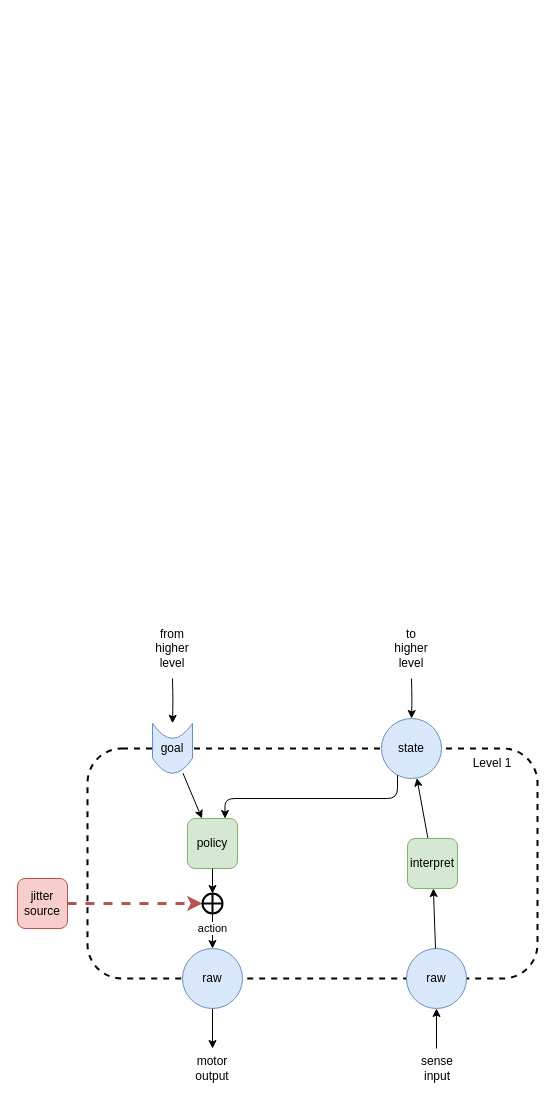
The draw.io diagram page "low-level-jitter" (2 of 5) of files/An-agi-architecture-v1.drawio in malcolmlett/malcolmlett.github.io, before the edit. Source tidied: cells renumbered, new cells numbered last; positions are measured from the earlier drawing's top-left corner, leaving out a move shared by most shapes. Both pictures are drawn from the tidied source at 100%, with x=0, y=0 at pixel (17, 638).
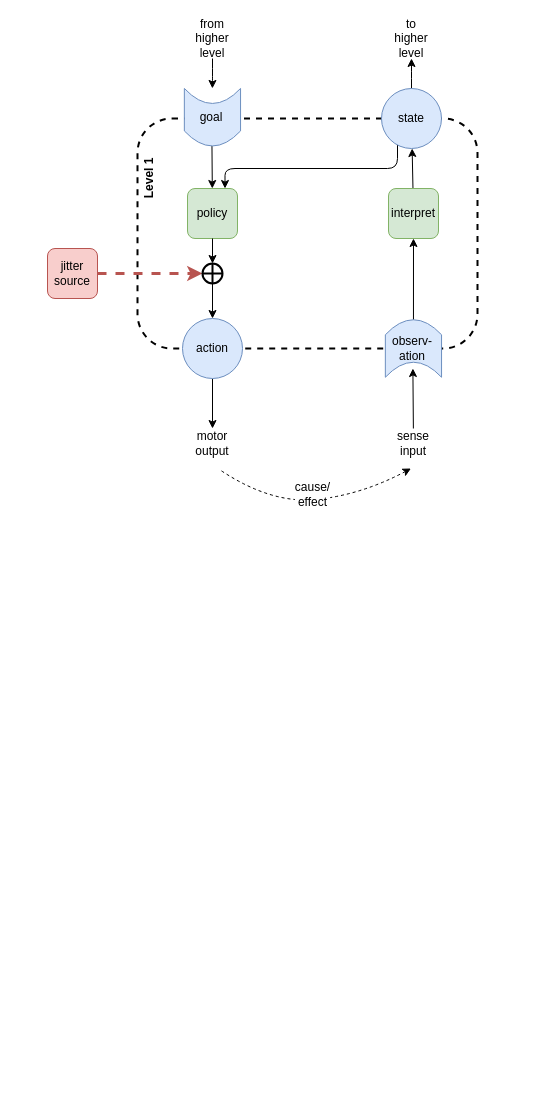
Above is the later version.

Commit message (it also covers changes not shown here):
Refinement of low-level AGI layer

The edit, as a diff of the source:
```diff
@@
     <mxCell id="2" style="rounded=1;whiteSpace=wrap;html=1;fillColor=none;dashed=1;strokeWidth=2;" parent="1" vertex="1">
-      <mxGeometry x="70" y="110" width="450" height="230" as="geometry" />
+      <mxGeometry x="120" y="-520" width="340" height="230" as="geometry" />
     </mxCell>
-    <mxCell id="3" style="edgeStyle=none;rounded=0;jettySize=auto;html=1;" parent="1" edge="1" source="4">
-      <mxGeometry relative="1" as="geometry">
-        <mxPoint x="195" y="410" as="targetPoint" />
-      </mxGeometry>
+    <mxCell id="3" style="edgeStyle=none;rounded=0;jettySize=auto;html=1;" parent="1" edge="1" source="4" target="22">
+      <mxGeometry relative="1" as="geometry" />
     </mxCell>
-    <mxCell id="4" value="raw" style="ellipse;whiteSpace=wrap;html=1;rounded=1;strokeWidth=1;fillColor=#dae8fc;strokeColor=#6c8ebf;" parent="1" vertex="1">
-      <mxGeometry x="165" y="310" width="60" height="60" as="geometry" />
+    <mxCell id="4" value="action" style="ellipse;whiteSpace=wrap;html=1;rounded=1;strokeWidth=1;fillColor=#dae8fc;strokeColor=#6c8ebf;" parent="1" vertex="1">
+      <mxGeometry x="165" y="-320" width="60" height="60" as="geometry" />
     </mxCell>
     <mxCell id="5" style="edgeStyle=orthogonalEdgeStyle;rounded=1;jettySize=auto;html=1;entryX=0.75;entryY=0;entryDx=0;entryDy=0;endArrow=classic;endFill=1;strokeWidth=1;fontSize=12;fontColor=#000000;" parent="1" edge="1" source="7" target="19">
       <mxGeometry relative="1" as="geometry">
         <Array as="points">
-          <mxPoint x="380" y="160" />
-          <mxPoint x="208" y="160" />
+          <mxPoint x="380" y="-470" />
+          <mxPoint x="208" y="-470" />
         </Array>
       </mxGeometry>
     </mxCell>
-    <mxCell id="6" style="edgeStyle=orthogonalEdgeStyle;rounded=1;jettySize=auto;html=1;endArrow=classic;endFill=1;strokeWidth=1;fontSize=12;fontColor=#000000;" parent="1" edge="1" target="7">
-      <mxGeometry relative="1" as="geometry">
-        <mxPoint x="394" y="40" as="sourcePoint" />
-      </mxGeometry>
+    <mxCell id="6" style="edgeStyle=orthogonalEdgeStyle;rounded=1;jettySize=auto;html=1;endArrow=classic;endFill=1;strokeWidth=1;fontSize=12;fontColor=#000000;" parent="1" edge="1" source="7" target="25">
+      <mxGeometry relative="1" as="geometry" />
     </mxCell>
     <mxCell id="7" value="state" style="ellipse;whiteSpace=wrap;html=1;rounded=1;strokeWidth=1;fillColor=#dae8fc;strokeColor=#6c8ebf;" parent="1" vertex="1">
-      <mxGeometry x="364" y="80" width="60" height="60" as="geometry" />
+      <mxGeometry x="364" y="-550" width="60" height="60" as="geometry" />
     </mxCell>
-    <mxCell id="8" value="action" style="edgeStyle=none;rounded=0;jettySize=auto;html=1;" parent="1" edge="1" source="26" target="4">
+    <mxCell id="8" style="edgeStyle=none;rounded=0;jettySize=auto;html=1;" parent="1" edge="1" source="26" target="4">
       <mxGeometry x="-0.14" relative="1" as="geometry" />
     </mxCell>
-    <mxCell id="9" style="edgeStyle=orthogonalEdgeStyle;rounded=1;jettySize=auto;html=1;endArrow=classic;endFill=1;strokeWidth=1;fontSize=12;fontColor=#000000;" parent="1" edge="1" target="10">
-      <mxGeometry relative="1" as="geometry">
-        <mxPoint x="155" y="40" as="sourcePoint" />
-      </mxGeometry>
+    <mxCell id="9" style="edgeStyle=orthogonalEdgeStyle;rounded=1;jettySize=auto;html=1;endArrow=classic;endFill=1;strokeWidth=1;fontSize=12;fontColor=#000000;exitX=0.5;exitY=1;exitDx=0;exitDy=0;" parent="1" edge="1" source="24" target="32">
+      <mxGeometry relative="1" as="geometry" />
     </mxCell>
-    <mxCell id="10" style="shape=dataStorage;whiteSpace=wrap;html=1;fixedSize=1;rounded=1;strokeWidth=1;fillColor=#dae8fc;strokeColor=#6c8ebf;rotation=-90;size=15;horizontal=1;" parent="1" vertex="1">
-      <mxGeometry x="130" y="89.8" width="50" height="40" as="geometry" />
-    </mxCell>
@@
     <mxCell id="12" value="jitter&lt;br&gt;source" style="rounded=1;whiteSpace=wrap;html=1;fillColor=#f8cecc;strokeColor=#b85450;" parent="1" vertex="1">
-      <mxGeometry y="240" width="50" height="50" as="geometry" />
+      <mxGeometry x="30" y="-390" width="50" height="50" as="geometry" />
     </mxCell>
-    <mxCell id="13" style="edgeStyle=none;rounded=0;jettySize=auto;html=1;" parent="1" edge="1" target="15">
-      <mxGeometry relative="1" as="geometry">
-        <mxPoint x="419" y="410" as="sourcePoint" />
-      </mxGeometry>
+    <mxCell id="13" style="edgeStyle=none;rounded=0;jettySize=auto;html=1;entryX=0.5;entryY=1;entryDx=0;entryDy=0;" parent="1" edge="1" source="23" target="31">
+      <mxGeometry relative="1" as="geometry" />
     </mxCell>
@@
-    <mxCell id="15" value="raw" style="ellipse;whiteSpace=wrap;html=1;rounded=1;strokeWidth=1;fillColor=#dae8fc;strokeColor=#6c8ebf;" parent="1" vertex="1">
-      <mxGeometry x="389" y="310" width="60" height="60" as="geometry" />
-    </mxCell>
     <mxCell id="16" value="interpret" style="rounded=1;whiteSpace=wrap;html=1;fillColor=#d5e8d4;strokeColor=#82b366;" parent="1" vertex="1">
-      <mxGeometry x="390" y="200" width="50" height="50" as="geometry" />
+      <mxGeometry x="371" y="-450" width="50" height="50" as="geometry" />
     </mxCell>
-    <mxCell id="17" style="edgeStyle=none;rounded=0;jettySize=auto;html=1;" parent="1" edge="1" source="15" target="16">
+    <mxCell id="17" style="edgeStyle=none;rounded=0;jettySize=auto;html=1;" parent="1" edge="1" source="30" target="16">
       <mxGeometry relative="1" as="geometry" />
     </mxCell>
-    <mxCell id="18" value="Level 1" style="text;html=1;strokeColor=none;fillColor=none;align=center;verticalAlign=middle;whiteSpace=wrap;rounded=0;sketch=1;rotation=0;" parent="1" vertex="1">
-      <mxGeometry x="440" y="115" width="70" height="20" as="geometry" />
+    <mxCell id="18" value="Level 1" style="text;html=1;strokeColor=none;fillColor=none;align=center;verticalAlign=middle;whiteSpace=wrap;rounded=0;sketch=1;rotation=-90;fontStyle=1;" parent="1" vertex="1">
+      <mxGeometry x="96.9" y="-470" width="70" height="20" as="geometry" />
     </mxCell>
     <mxCell id="19" value="policy" style="rounded=1;whiteSpace=wrap;html=1;fillColor=#d5e8d4;strokeColor=#82b366;" parent="1" vertex="1">
-      <mxGeometry x="170" y="180" width="50" height="50" as="geometry" />
+      <mxGeometry x="170" y="-450" width="50" height="50" as="geometry" />
     </mxCell>
-    <mxCell id="20" style="edgeStyle=none;rounded=0;jettySize=auto;html=1;fontSize=12;" parent="1" edge="1" source="10" target="19">
+    <mxCell id="20" style="edgeStyle=none;rounded=0;jettySize=auto;html=1;fontSize=12;exitX=0.5;exitY=1;exitDx=0;exitDy=0;" parent="1" edge="1" source="21" target="19">
       <mxGeometry y="6" relative="1" as="geometry" />
     </mxCell>
-    <mxCell id="21" value="goal" style="text;html=1;strokeColor=none;fillColor=none;align=center;verticalAlign=middle;whiteSpace=wrap;rounded=0;sketch=1;rotation=0;" parent="1" vertex="1">
-      <mxGeometry x="130" y="99.8" width="50" height="20" as="geometry" />
-    </mxCell>
     <mxCell id="22" value="motor output" style="text;html=1;strokeColor=none;fillColor=none;align=center;verticalAlign=middle;whiteSpace=wrap;rounded=0;labelBackgroundColor=none;sketch=0;fontSize=12;fontColor=#000000;" parent="1" vertex="1">
-      <mxGeometry x="175" y="420" width="40" height="20" as="geometry" />
+      <mxGeometry x="175" y="-210" width="40" height="30" as="geometry" />
     </mxCell>
     <mxCell id="23" value="sense&lt;br&gt;input" style="text;html=1;strokeColor=none;fillColor=none;align=center;verticalAlign=middle;whiteSpace=wrap;rounded=0;labelBackgroundColor=none;sketch=0;fontSize=12;fontColor=#000000;" parent="1" vertex="1">
-      <mxGeometry x="400" y="420" width="40" height="20" as="geometry" />
+      <mxGeometry x="376" y="-210" width="40" height="30" as="geometry" />
     </mxCell>
     <mxCell id="24" value="from higher&lt;br&gt;level" style="text;html=1;strokeColor=none;fillColor=none;align=center;verticalAlign=middle;whiteSpace=wrap;rounded=0;labelBackgroundColor=none;sketch=0;fontSize=12;fontColor=#000000;" parent="1" vertex="1">
-      <mxGeometry x="135" width="40" height="20" as="geometry" />
+      <mxGeometry x="175" y="-620" width="40" height="40" as="geometry" />
     </mxCell>
     <mxCell id="25" value="to&lt;br&gt;higher&lt;br&gt;level" style="text;html=1;strokeColor=none;fillColor=none;align=center;verticalAlign=middle;whiteSpace=wrap;rounded=0;labelBackgroundColor=none;sketch=0;fontSize=12;fontColor=#000000;" parent="1" vertex="1">
-      <mxGeometry x="374" width="40" height="20" as="geometry" />
+      <mxGeometry x="374" y="-620" width="40" height="40" as="geometry" />
     </mxCell>
     <mxCell id="26" style="shape=orEllipse;perimeter=ellipsePerimeter;whiteSpace=wrap;html=1;backgroundOutline=1;rounded=0;labelBackgroundColor=none;sketch=0;strokeColor=#000000;strokeWidth=2;fillColor=none;gradientColor=none;fontSize=12;fontColor=#000000;align=center;" parent="1" vertex="1">
-      <mxGeometry x="185" y="255" width="20" height="20" as="geometry" />
+      <mxGeometry x="185" y="-375" width="20" height="20" as="geometry" />
     </mxCell>
@@
+    <mxCell id="28" style="endArrow=classic;dashed=1;html=1;curved=1;endFill=1;" parent="1" edge="1">
+      <mxGeometry relative="1" as="geometry">
+        <mxPoint x="204" y="-167.6" as="sourcePoint" />
+        <mxPoint x="393.5" y="-170" as="targetPoint" />
+        <Array as="points">
+          <mxPoint x="254.9" y="-134.1" />
+          <mxPoint x="344.9" y="-144.1" />
+        </Array>
+      </mxGeometry>
+    </mxCell>
+    <mxCell id="29" value="cause/&lt;br style=&quot;font-size: 12px;&quot;&gt;effect" style="edgeLabel;html=1;align=center;verticalAlign=middle;fontSize=12;" parent="28" vertex="1">
+      <mxGeometry x="-0.41" y="13" relative="1" as="geometry">
+        <mxPoint x="41.3" y="2.9" as="offset" />
+      </mxGeometry>
+    </mxCell>
+    <mxCell id="30" style="shape=dataStorage;whiteSpace=wrap;html=1;fixedSize=1;rounded=1;strokeWidth=1;fillColor=#dae8fc;strokeColor=#6c8ebf;rotation=90;size=15;horizontal=1;" parent="1" vertex="1">
+      <mxGeometry x="367.2" y="-318.1" width="57.5" height="56.2" as="geometry" />
+    </mxCell>
+    <mxCell id="31" value="observ-&lt;br&gt;ation" style="text;html=1;strokeColor=none;fillColor=none;align=center;verticalAlign=middle;whiteSpace=wrap;rounded=0;sketch=1;rotation=0;" parent="1" vertex="1">
+      <mxGeometry x="370.4" y="-310" width="50" height="40" as="geometry" />
+    </mxCell>
+    <mxCell id="32" style="shape=dataStorage;whiteSpace=wrap;html=1;fixedSize=1;rounded=1;strokeWidth=1;fillColor=#dae8fc;strokeColor=#6c8ebf;rotation=-90;size=15;horizontal=1;" parent="1" vertex="1">
+      <mxGeometry x="166.2" y="-549.4" width="57.5" height="56.2" as="geometry" />
+    </mxCell>
+    <mxCell id="21" value="goal" style="text;html=1;strokeColor=none;fillColor=none;align=center;verticalAlign=middle;whiteSpace=wrap;rounded=0;sketch=1;rotation=0;" parent="1" vertex="1">
+      <mxGeometry x="169.4" y="-541.2" width="50" height="40" as="geometry" />
+    </mxCell>
```
